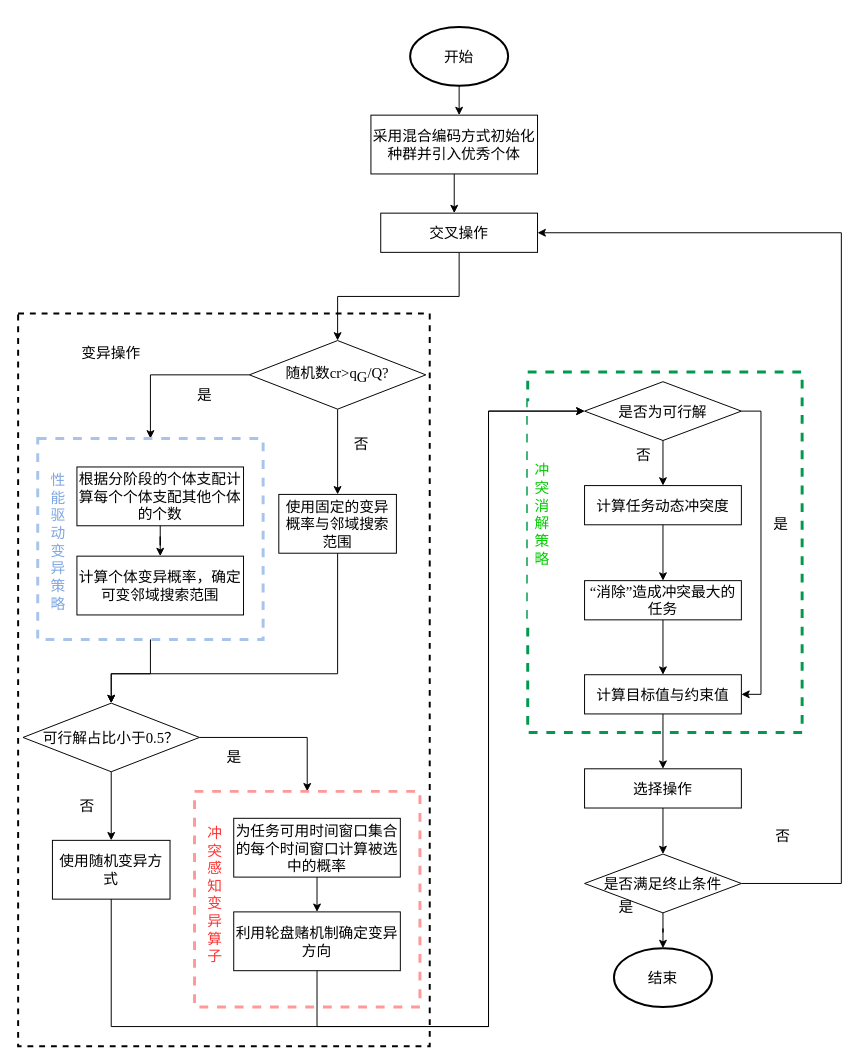
Above: 多目标流程图-2.drawio in Kidulttt/drwaio (draw.io), before the change. Source tidied: cells renumbered, new cells numbered last; positions are measured from the earlier drawing's top-left corner, leaving out a move shared by most shapes. Both pictures are drawn from the tidied source at 98%, with x=0, y=0 at pixel (18, 26).
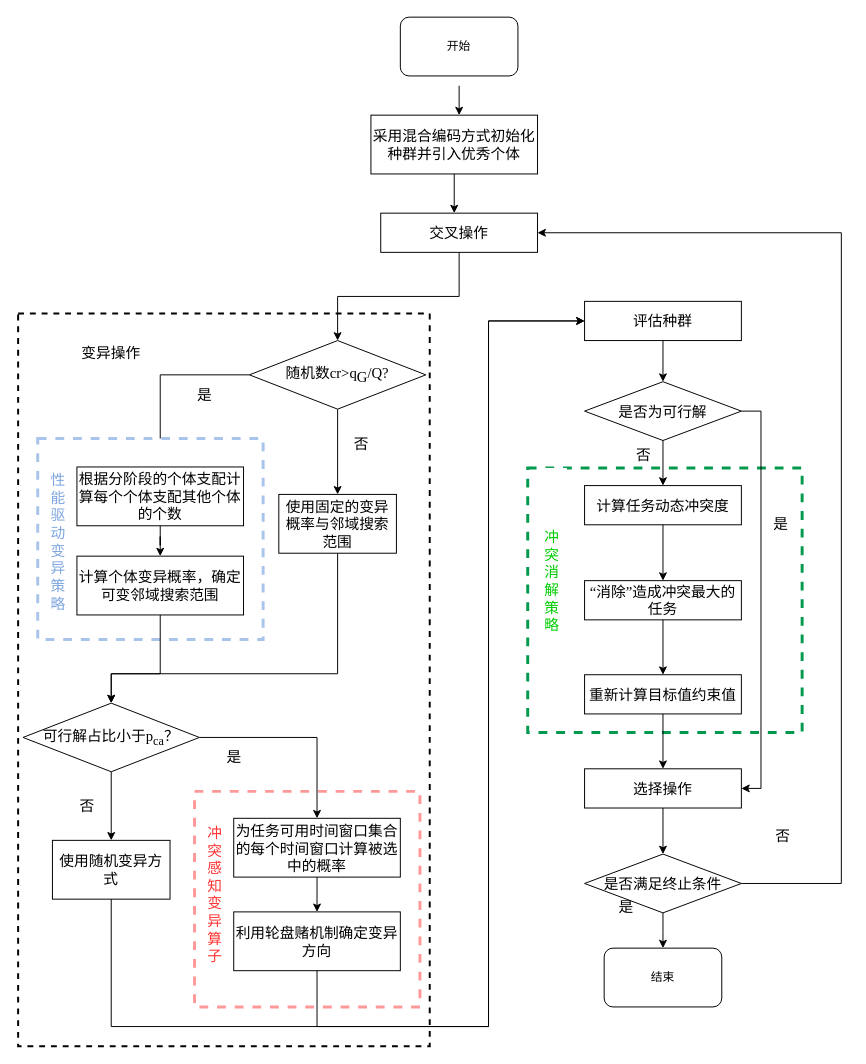
The same page after the edit.

Commit message (it also covers changes not shown here):
更新多目标流程图-2.drawio

The change refers to these unchanged cells:
```xml
<mxCell id="8" value="采用混合编码方式初始化种群并引入优秀个体" style="rounded=0;whiteSpace=wrap;html=1;fontSize=15;fontFamily=Times New Roman;" parent="1" vertex="1">
  <mxGeometry x="360" y="90" width="170" height="60" as="geometry" />
</mxCell>
<mxCell id="12" value="选择操作" style="rounded=0;whiteSpace=wrap;html=1;fontSize=15;fontFamily=Times New Roman;" parent="1" vertex="1">
  <mxGeometry x="578" y="757" width="160" height="40" as="geometry" />
</mxCell>
<mxCell id="15" value="是否满足终止条件" style="rhombus;whiteSpace=wrap;html=1;fontSize=15;fontFamily=Times New Roman;" parent="1" vertex="1">
  <mxGeometry x="578" y="844" width="160" height="60" as="geometry" />
</mxCell>
<mxCell id="20" value="随机数cr&amp;gt;q&lt;sub style=&quot;font-size: 15px;&quot;&gt;&lt;font style=&quot;font-size: 15px;&quot;&gt;G&lt;/font&gt;&lt;/sub&gt;/Q?&lt;span style=&quot;font-size: 15px;&quot; lang=&quot;EN-US&quot;&gt;&lt;/span&gt;" style="rhombus;whiteSpace=wrap;html=1;fontSize=15;fontFamily=Times New Roman;" parent="1" vertex="1">
  <mxGeometry x="236" y="320" width="180" height="70" as="geometry" />
</mxCell>
<mxCell id="26" value="使用随机变异方式" style="rounded=0;whiteSpace=wrap;html=1;fontSize=15;fontFamily=Times New Roman;" parent="1" vertex="1">
  <mxGeometry x="35" y="830" width="120" height="60" as="geometry" />
</mxCell>
<mxCell id="35" value="是否为可行解" style="rhombus;whiteSpace=wrap;html=1;fontSize=15;fontFamily=Times New Roman;" parent="1" vertex="1">
  <mxGeometry x="578" y="362" width="160" height="60" as="geometry" />
</mxCell>
<mxCell id="43" style="group;" parent="1" vertex="1">
  <mxGeometry x="180" y="780" width="230" height="220" as="geometry" />
</mxCell>
<mxCell id="44" style="rounded=0;whiteSpace=wrap;html=1;dashed=1;strokeWidth=3;strokeColor=#FF9999;fontSize=15;fontFamily=Times New Roman;" parent="43" vertex="1">
  <mxGeometry width="230" height="220" as="geometry" />
</mxCell>
<mxCell id="45" value="为任务可用时间窗口集合的每个时间窗口计算被选中的概率" style="rounded=0;whiteSpace=wrap;html=1;fontSize=15;fontFamily=Times New Roman;" parent="43" vertex="1">
  <mxGeometry x="40" y="27.5" width="170" height="60" as="geometry" />
</mxCell>
<mxCell id="46" value="利用轮盘赌机制确定变异方向" style="rounded=0;whiteSpace=wrap;html=1;fontSize=15;fontFamily=Times New Roman;" parent="43" vertex="1">
  <mxGeometry x="40" y="123" width="170" height="60" as="geometry" />
</mxCell>
<mxCell id="51" style="rounded=0;whiteSpace=wrap;html=1;dashed=1;strokeColor=#A9C4EB;strokeWidth=3;fontSize=15;fontFamily=Times New Roman;" parent="50" vertex="1">
  <mxGeometry width="230" height="205" as="geometry" />
</mxCell>
<mxCell id="53" value="根据分阶段的个体支配计算每个个体支配其他个体的个数" style="rounded=0;whiteSpace=wrap;html=1;fontSize=15;fontFamily=Times New Roman;" parent="50" vertex="1">
  <mxGeometry x="40" y="29" width="170" height="60" as="geometry" />
</mxCell>
<mxCell id="54" value="计算个体变异概率，确定可变邻域搜索范围" style="whiteSpace=wrap;html=1;rounded=0;fontSize=15;fontFamily=Times New Roman;" parent="50" vertex="1">
  <mxGeometry x="40" y="120" width="170" height="60" as="geometry" />
</mxCell>
```

The edit, as a diff of the source:
```diff
@@
     <mxCell id="2" style="rounded=0;whiteSpace=wrap;html=1;dashed=1;strokeWidth=3;strokeColor=#00994D;fontSize=15;fontFamily=Times New Roman;" parent="1" vertex="1">
-      <mxGeometry x="520" y="352" width="280" height="368" as="geometry" />
+      <mxGeometry x="520" y="450" width="280" height="270" as="geometry" />
     </mxCell>
@@
-    <mxCell id="5" style="edgeStyle=orthogonalEdgeStyle;rounded=0;jettySize=auto;html=1;noEdgeStyle=1;orthogonal=1;fontSize=15;fontFamily=Times New Roman;" parent="1" edge="1" source="6" target="8">
-      <mxGeometry relative="1" as="geometry" />
+    <mxCell id="5" style="edgeStyle=orthogonalEdgeStyle;rounded=0;jettySize=auto;html=1;noEdgeStyle=1;orthogonal=1;fontSize=15;fontFamily=Times New Roman;" parent="1" edge="1" target="8">
+      <mxGeometry relative="1" as="geometry">
+        <mxPoint x="450" y="60" as="sourcePoint" />
+      </mxGeometry>
     </mxCell>
-    <mxCell id="6" value="开始" style="strokeWidth=2;html=1;shape=mxgraph.flowchart.start_1;whiteSpace=wrap;fontSize=15;fontFamily=Times New Roman;" parent="1" vertex="1">
-      <mxGeometry x="400" width="100" height="60" as="geometry" />
-    </mxCell>
@@
-    <mxCell id="13" style="edgeStyle=orthogonalEdgeStyle;rounded=0;jettySize=auto;html=1;fontSize=15;fontFamily=Times New Roman;" parent="1" edge="1" source="15" target="16">
-      <mxGeometry relative="1" as="geometry" />
+    <mxCell id="13" style="edgeStyle=orthogonalEdgeStyle;rounded=0;jettySize=auto;html=1;fontSize=15;fontFamily=Times New Roman;" parent="1" edge="1" source="15">
+      <mxGeometry relative="1" as="geometry">
+        <mxPoint x="658" y="940" as="targetPoint" />
+      </mxGeometry>
     </mxCell>
@@
-    <mxCell id="16" value="结束" style="strokeWidth=2;html=1;shape=mxgraph.flowchart.start_1;whiteSpace=wrap;fontSize=15;fontFamily=Times New Roman;" parent="1" vertex="1">
-      <mxGeometry x="608" y="940" width="100" height="60" as="geometry" />
-    </mxCell>
@@
-    <mxCell id="19" style="edgeStyle=orthogonalEdgeStyle;rounded=0;jettySize=auto;html=1;exitX=0;exitY=0.5;exitDx=0;exitDy=0;" parent="1" edge="1" source="20" target="51">
+    <mxCell id="19" style="edgeStyle=orthogonalEdgeStyle;rounded=0;jettySize=auto;html=1;exitX=0;exitY=0.5;exitDx=0;exitDy=0;entryX=0.5;entryY=0;entryDx=0;entryDy=0;" parent="1" edge="1" source="20" target="53">
       <mxGeometry relative="1" as="geometry" />
     </mxCell>
@@
-    <mxCell id="22" style="edgeStyle=orthogonalEdgeStyle;rounded=0;jettySize=auto;html=1;exitX=1;exitY=0.5;exitDx=0;exitDy=0;" parent="1" edge="1" source="23" target="44">
-      <mxGeometry relative="1" as="geometry" />
-    </mxCell>
-    <mxCell id="23" value="可行解占比小于0.5？" style="rhombus;whiteSpace=wrap;html=1;fontSize=15;fontFamily=Times New Roman;" parent="1" vertex="1">
+    <mxCell id="23" value="可行解占比小于p&lt;sub&gt;ca&lt;/sub&gt;？" style="rhombus;whiteSpace=wrap;html=1;fontSize=15;fontFamily=Times New Roman;" parent="1" vertex="1">
       <mxGeometry x="5" y="690" width="180" height="70" as="geometry" />
     </mxCell>
@@
-    <mxCell id="33" value="计算目标值与约束值" style="rounded=0;whiteSpace=wrap;html=1;fontSize=15;fontFamily=Times New Roman;" parent="1" vertex="1">
+    <mxCell id="33" value="重新计算目标值约束值" style="rounded=0;whiteSpace=wrap;html=1;fontSize=15;fontFamily=Times New Roman;" parent="1" vertex="1">
       <mxGeometry x="578" y="661" width="160" height="40" as="geometry" />
     </mxCell>
-    <mxCell id="34" style="edgeStyle=orthogonalEdgeStyle;rounded=0;jettySize=auto;html=1;exitX=1;exitY=0.5;exitDx=0;exitDy=0;entryX=1;entryY=0.5;entryDx=0;entryDy=0;fontSize=15;fontFamily=Times New Roman;" parent="1" edge="1" source="35" target="33">
+    <mxCell id="34" style="edgeStyle=orthogonalEdgeStyle;rounded=0;jettySize=auto;html=1;exitX=1;exitY=0.5;exitDx=0;exitDy=0;entryX=1;entryY=0.5;entryDx=0;entryDy=0;fontSize=15;fontFamily=Times New Roman;" parent="1" edge="1" source="35" target="12">
       <mxGeometry relative="1" as="geometry" />
     </mxCell>
@@
+    <mxCell id="47" style="edgeStyle=orthogonalEdgeStyle;rounded=0;jettySize=auto;html=1;exitX=0.5;exitY=1;exitDx=0;exitDy=0;entryX=0.5;entryY=0;entryDx=0;entryDy=0;" parent="43" edge="1" source="45" target="46">
+      <mxGeometry relative="1" as="geometry" />
+    </mxCell>
+    <mxCell id="48" value="冲突感知变异算子" style="rounded=0;whiteSpace=wrap;html=1;fontSize=15;strokeColor=none;fontColor=#FF3333;fontFamily=Times New Roman;" parent="43" vertex="1">
+      <mxGeometry x="6" y="40" width="30" height="130" as="geometry" />
+    </mxCell>
@@
-    <mxCell id="47" style="edgeStyle=orthogonalEdgeStyle;rounded=0;jettySize=auto;html=1;exitX=0.5;exitY=1;exitDx=0;exitDy=0;entryX=0.5;entryY=0;entryDx=0;entryDy=0;" parent="43" edge="1" source="45" target="46">
-      <mxGeometry relative="1" as="geometry" />
-    </mxCell>
-    <mxCell id="48" value="冲突感知变异算子" style="rounded=0;whiteSpace=wrap;html=1;fontSize=15;strokeColor=none;fontColor=#FF3333;fontFamily=Times New Roman;" parent="43" vertex="1">
-      <mxGeometry x="6" y="40" width="30" height="130" as="geometry" />
-    </mxCell>
     <mxCell id="49" value="冲突消解策略" style="rounded=0;whiteSpace=wrap;html=1;fontSize=15;strokeColor=none;fontColor=#00CC00;fontFamily=Times New Roman;" parent="1" vertex="1">
-      <mxGeometry x="520" y="382" width="30" height="230" as="geometry" />
+      <mxGeometry x="530" y="450" width="30" height="230" as="geometry" />
     </mxCell>
@@
-    <mxCell id="56" style="edgeStyle=orthogonalEdgeStyle;rounded=0;jettySize=auto;html=1;exitX=0.5;exitY=1;exitDx=0;exitDy=0;" parent="1" edge="1" source="51" target="23">
+    <mxCell id="56" style="edgeStyle=orthogonalEdgeStyle;rounded=0;jettySize=auto;html=1;exitX=0.5;exitY=1;exitDx=0;exitDy=0;" parent="1" edge="1" source="54" target="23">
       <mxGeometry relative="1" as="geometry">
         <Array as="points">
-          <mxPoint x="135" y="660" />
+          <mxPoint x="145" y="660" />
           <mxPoint x="95" y="660" />
         </Array>
       </mxGeometry>
     </mxCell>
-    <mxCell id="57" style="edgeStyle=orthogonalEdgeStyle;rounded=0;jettySize=auto;html=1;exitX=0.5;exitY=1;exitDx=0;exitDy=0;entryX=0;entryY=0.5;entryDx=0;entryDy=0;" parent="1" edge="1" source="46" target="35">
+    <mxCell id="57" style="edgeStyle=orthogonalEdgeStyle;rounded=0;jettySize=auto;html=1;exitX=0.5;exitY=1;exitDx=0;exitDy=0;entryX=0;entryY=0.5;entryDx=0;entryDy=0;" parent="1" edge="1" source="46" target="60">
       <mxGeometry relative="1" as="geometry">
         <Array as="points">
           <mxPoint x="305" y="1020" />
           <mxPoint x="480" y="1020" />
-          <mxPoint x="480" y="392" />
+          <mxPoint x="480" y="300" />
         </Array>
       </mxGeometry>
     </mxCell>
-    <mxCell id="58" style="edgeStyle=orthogonalEdgeStyle;rounded=0;jettySize=auto;html=1;exitX=0.5;exitY=1;exitDx=0;exitDy=0;entryX=0;entryY=0.5;entryDx=0;entryDy=0;" parent="1" edge="1" source="26" target="35">
+    <mxCell id="58" style="edgeStyle=orthogonalEdgeStyle;rounded=0;jettySize=auto;html=1;exitX=0.5;exitY=1;exitDx=0;exitDy=0;entryX=0;entryY=0.5;entryDx=0;entryDy=0;" parent="1" edge="1" source="26" target="60">
       <mxGeometry relative="1" as="geometry">
         <Array as="points">
           <mxPoint x="95" y="1020" />
           <mxPoint x="480" y="1020" />
-          <mxPoint x="480" y="392" />
+          <mxPoint x="480" y="300" />
         </Array>
       </mxGeometry>
     </mxCell>
+    <mxCell id="6" value="开始" style="rounded=1;whiteSpace=wrap;html=1;" parent="1" vertex="1">
+      <mxGeometry x="390" y="-10" width="120" height="60" as="geometry" />
+    </mxCell>
+    <mxCell id="16" value="结束" style="rounded=1;whiteSpace=wrap;html=1;" parent="1" vertex="1">
+      <mxGeometry x="598" y="940" width="120" height="60" as="geometry" />
+    </mxCell>
+    <mxCell id="22" style="edgeStyle=orthogonalEdgeStyle;rounded=0;jettySize=auto;html=1;exitX=1;exitY=0.5;exitDx=0;exitDy=0;entryX=0.5;entryY=0;entryDx=0;entryDy=0;" parent="1" edge="1" source="23" target="45">
+      <mxGeometry relative="1" as="geometry" />
+    </mxCell>
+    <mxCell id="59" style="edgeStyle=orthogonalEdgeStyle;rounded=0;jettySize=auto;html=1;exitX=0.5;exitY=1;exitDx=0;exitDy=0;entryX=0.5;entryY=0;entryDx=0;entryDy=0;" parent="1" edge="1" source="60" target="35">
+      <mxGeometry relative="1" as="geometry" />
+    </mxCell>
+    <mxCell id="60" value="评估种群" style="rounded=0;whiteSpace=wrap;html=1;fontSize=15;fontFamily=Times New Roman;" parent="1" vertex="1">
+      <mxGeometry x="578" y="280" width="160" height="40" as="geometry" />
+    </mxCell>
```
